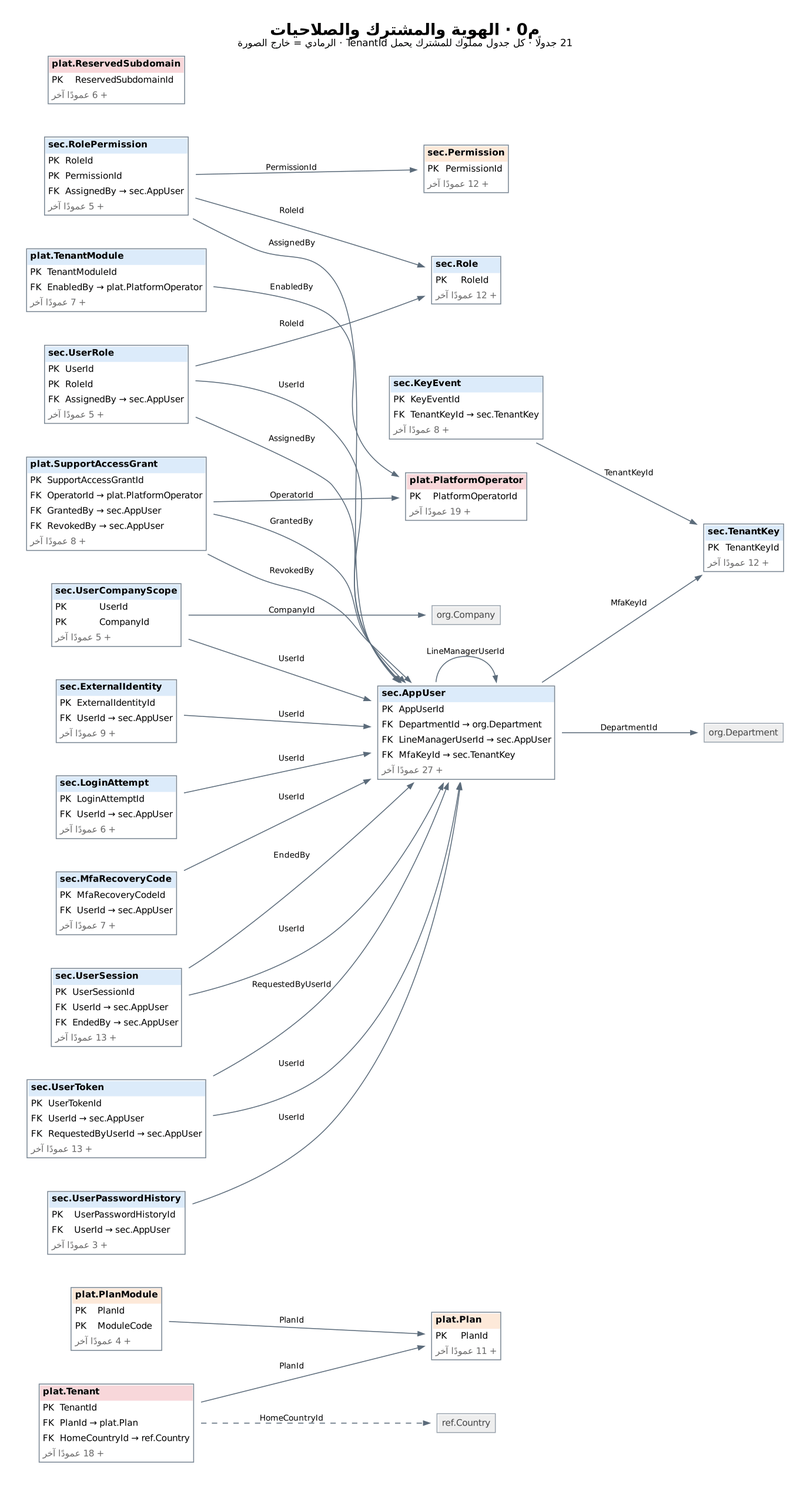
This is treasury-platform/docs/diagrams/erd_m0_identity.png from thawrasy/smartlines, a Graphviz export, as it was before one commit. Its source is kept beside it as treasury-platform/docs/diagrams/src/erd_m0_identity.dot.
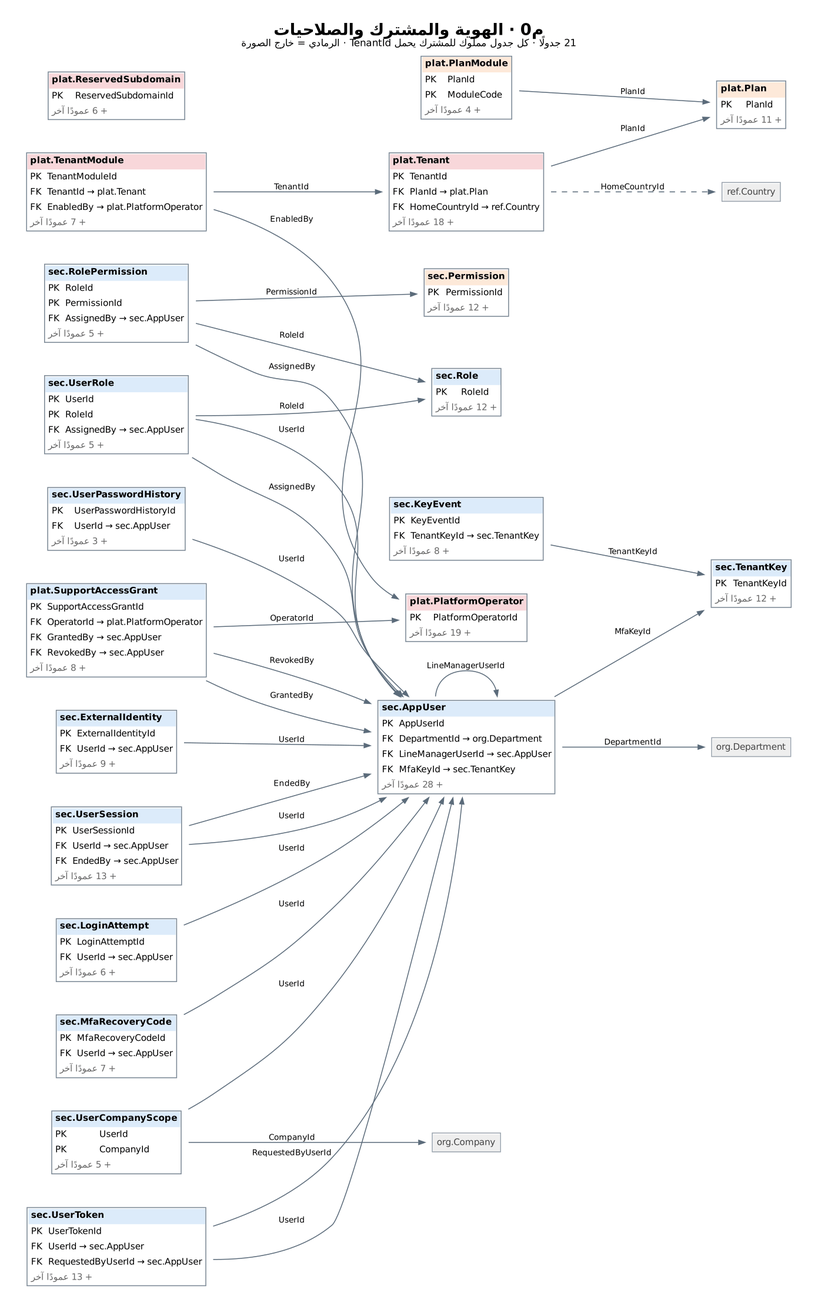
The same file after the commit.

What changed in the source:
```diff
@@ -8,8 +8,8 @@
   "plat.ReservedSubdomain" [label=<<TABLE BORDER="1" CELLBORDER="0" CELLSPACING="0" CELLPADDING="3" COLOR="#7A8794"><TR><TD BGCOLOR="#F8D7DA" ALIGN="LEFT" COLSPAN="2"><B>plat.ReservedSubdomain</B></TD></TR><TR><TD ALIGN="LEFT">PK</TD><TD ALIGN="LEFT">ReservedSubdomainId</TD></TR><TR><TD ALIGN="LEFT" COLSPAN="2"><FONT COLOR="#666666">+ 6 عمودًا آخر</FONT></TD></TR></TABLE>>];
   "plat.SupportAccessGrant" [label=<<TABLE BORDER="1" CELLBORDER="0" CELLSPACING="0" CELLPADDING="3" COLOR="#7A8794"><TR><TD BGCOLOR="#DCEBFA" ALIGN="LEFT" COLSPAN="2"><B>plat.SupportAccessGrant</B></TD></TR><TR><TD ALIGN="LEFT">PK</TD><TD ALIGN="LEFT">SupportAccessGrantId</TD></TR><TR><TD ALIGN="LEFT">FK</TD><TD ALIGN="LEFT">OperatorId → plat.PlatformOperator</TD></TR><TR><TD ALIGN="LEFT">FK</TD><TD ALIGN="LEFT">GrantedBy → sec.AppUser</TD></TR><TR><TD ALIGN="LEFT">FK</TD><TD ALIGN="LEFT">RevokedBy → sec.AppUser</TD></TR><TR><TD ALIGN="LEFT" COLSPAN="2"><FONT COLOR="#666666">+ 8 عمودًا آخر</FONT></TD></TR></TABLE>>];
   "plat.Tenant" [label=<<TABLE BORDER="1" CELLBORDER="0" CELLSPACING="0" CELLPADDING="3" COLOR="#7A8794"><TR><TD BGCOLOR="#F8D7DA" ALIGN="LEFT" COLSPAN="2"><B>plat.Tenant</B></TD></TR><TR><TD ALIGN="LEFT">PK</TD><TD ALIGN="LEFT">TenantId</TD></TR><TR><TD ALIGN="LEFT">FK</TD><TD ALIGN="LEFT">PlanId → plat.Plan</TD></TR><TR><TD ALIGN="LEFT">FK</TD><TD ALIGN="LEFT">HomeCountryId → ref.Country</TD></TR><TR><TD ALIGN="LEFT" COLSPAN="2"><FONT COLOR="#666666">+ 18 عمودًا آخر</FONT></TD></TR></TABLE>>];
-  "plat.TenantModule" [label=<<TABLE BORDER="1" CELLBORDER="0" CELLSPACING="0" CELLPADDING="3" COLOR="#7A8794"><TR><TD BGCOLOR="#DCEBFA" ALIGN="LEFT" COLSPAN="2"><B>plat.TenantModule</B></TD></TR><TR><TD ALIGN="LEFT">PK</TD><TD ALIGN="LEFT">TenantModuleId</TD></TR><TR><TD ALIGN="LEFT">FK</TD><TD ALIGN="LEFT">EnabledBy → plat.PlatformOperator</TD></TR><TR><TD ALIGN="LEFT" COLSPAN="2"><FONT COLOR="#666666">+ 7 عمودًا آخر</FONT></TD></TR></TABLE>>];
-  "sec.AppUser" [label=<<TABLE BORDER="1" CELLBORDER="0" CELLSPACING="0" CELLPADDING="3" COLOR="#7A8794"><TR><TD BGCOLOR="#DCEBFA" ALIGN="LEFT" COLSPAN="2"><B>sec.AppUser</B></TD></TR><TR><TD ALIGN="LEFT">PK</TD><TD ALIGN="LEFT">AppUserId</TD></TR><TR><TD ALIGN="LEFT">FK</TD><TD ALIGN="LEFT">DepartmentId → org.Department</TD></TR><TR><TD ALIGN="LEFT">FK</TD><TD ALIGN="LEFT">LineManagerUserId → sec.AppUser</TD></TR><TR><TD ALIGN="LEFT">FK</TD><TD ALIGN="LEFT">MfaKeyId → sec.TenantKey</TD></TR><TR><TD ALIGN="LEFT" COLSPAN="2"><FONT COLOR="#666666">+ 27 عمودًا آخر</FONT></TD></TR></TABLE>>];
+  "plat.TenantModule" [label=<<TABLE BORDER="1" CELLBORDER="0" CELLSPACING="0" CELLPADDING="3" COLOR="#7A8794"><TR><TD BGCOLOR="#F8D7DA" ALIGN="LEFT" COLSPAN="2"><B>plat.TenantModule</B></TD></TR><TR><TD ALIGN="LEFT">PK</TD><TD ALIGN="LEFT">TenantModuleId</TD></TR><TR><TD ALIGN="LEFT">FK</TD><TD ALIGN="LEFT">TenantId → plat.Tenant</TD></TR><TR><TD ALIGN="LEFT">FK</TD><TD ALIGN="LEFT">EnabledBy → plat.PlatformOperator</TD></TR><TR><TD ALIGN="LEFT" COLSPAN="2"><FONT COLOR="#666666">+ 7 عمودًا آخر</FONT></TD></TR></TABLE>>];
+  "sec.AppUser" [label=<<TABLE BORDER="1" CELLBORDER="0" CELLSPACING="0" CELLPADDING="3" COLOR="#7A8794"><TR><TD BGCOLOR="#DCEBFA" ALIGN="LEFT" COLSPAN="2"><B>sec.AppUser</B></TD></TR><TR><TD ALIGN="LEFT">PK</TD><TD ALIGN="LEFT">AppUserId</TD></TR><TR><TD ALIGN="LEFT">FK</TD><TD ALIGN="LEFT">DepartmentId → org.Department</TD></TR><TR><TD ALIGN="LEFT">FK</TD><TD ALIGN="LEFT">LineManagerUserId → sec.AppUser</TD></TR><TR><TD ALIGN="LEFT">FK</TD><TD ALIGN="LEFT">MfaKeyId → sec.TenantKey</TD></TR><TR><TD ALIGN="LEFT" COLSPAN="2"><FONT COLOR="#666666">+ 28 عمودًا آخر</FONT></TD></TR></TABLE>>];
   "sec.ExternalIdentity" [label=<<TABLE BORDER="1" CELLBORDER="0" CELLSPACING="0" CELLPADDING="3" COLOR="#7A8794"><TR><TD BGCOLOR="#DCEBFA" ALIGN="LEFT" COLSPAN="2"><B>sec.ExternalIdentity</B></TD></TR><TR><TD ALIGN="LEFT">PK</TD><TD ALIGN="LEFT">ExternalIdentityId</TD></TR><TR><TD ALIGN="LEFT">FK</TD><TD ALIGN="LEFT">UserId → sec.AppUser</TD></TR><TR><TD ALIGN="LEFT" COLSPAN="2"><FONT COLOR="#666666">+ 9 عمودًا آخر</FONT></TD></TR></TABLE>>];
   "sec.KeyEvent" [label=<<TABLE BORDER="1" CELLBORDER="0" CELLSPACING="0" CELLPADDING="3" COLOR="#7A8794"><TR><TD BGCOLOR="#DCEBFA" ALIGN="LEFT" COLSPAN="2"><B>sec.KeyEvent</B></TD></TR><TR><TD ALIGN="LEFT">PK</TD><TD ALIGN="LEFT">KeyEventId</TD></TR><TR><TD ALIGN="LEFT">FK</TD><TD ALIGN="LEFT">TenantKeyId → sec.TenantKey</TD></TR><TR><TD ALIGN="LEFT" COLSPAN="2"><FONT COLOR="#666666">+ 8 عمودًا آخر</FONT></TD></TR></TABLE>>];
   "sec.LoginAttempt" [label=<<TABLE BORDER="1" CELLBORDER="0" CELLSPACING="0" CELLPADDING="3" COLOR="#7A8794"><TR><TD BGCOLOR="#DCEBFA" ALIGN="LEFT" COLSPAN="2"><B>sec.LoginAttempt</B></TD></TR><TR><TD ALIGN="LEFT">PK</TD><TD ALIGN="LEFT">LoginAttemptId</TD></TR><TR><TD ALIGN="LEFT">FK</TD><TD ALIGN="LEFT">UserId → sec.AppUser</TD></TR><TR><TD ALIGN="LEFT" COLSPAN="2"><FONT COLOR="#666666">+ 6 عمودًا آخر</FONT></TD></TR></TABLE>>];
@@ -33,6 +33,7 @@
   "plat.Tenant" -> "plat.Plan" [label="PlanId", style=solid];
   "plat.Tenant" -> "ref.Country" [label="HomeCountryId", style=dashed];
   "plat.TenantModule" -> "plat.PlatformOperator" [label="EnabledBy", style=solid];
+  "plat.TenantModule" -> "plat.Tenant" [label="TenantId", style=solid];
   "sec.AppUser" -> "org.Department" [label="DepartmentId", style=solid];
   "sec.AppUser" -> "sec.AppUser" [label="LineManagerUserId", style=solid];
   "sec.AppUser" -> "sec.TenantKey" [label="MfaKeyId", style=solid];
```
